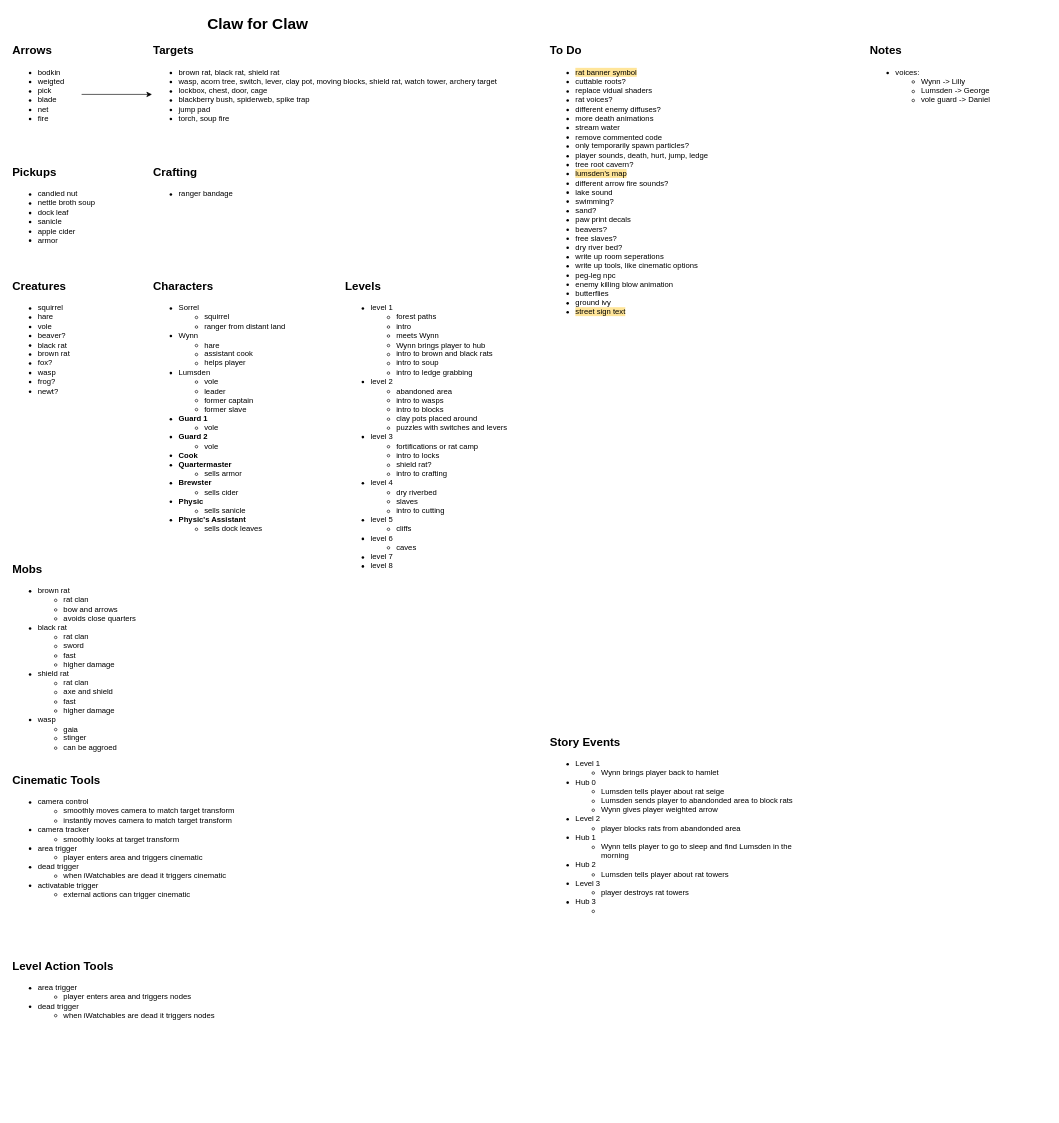
Above: Planning/design-doc.drawio in camerondedore/Godot-Project-3 (draw.io), before the change. Source tidied: cells renumbered, new cells numbered last; positions are measured from the earlier drawing's top-left corner, leaving out a move shared by most shapes. Both pictures are drawn from the tidied source at 64%, with x=0, y=0 at pixel (11, 11).
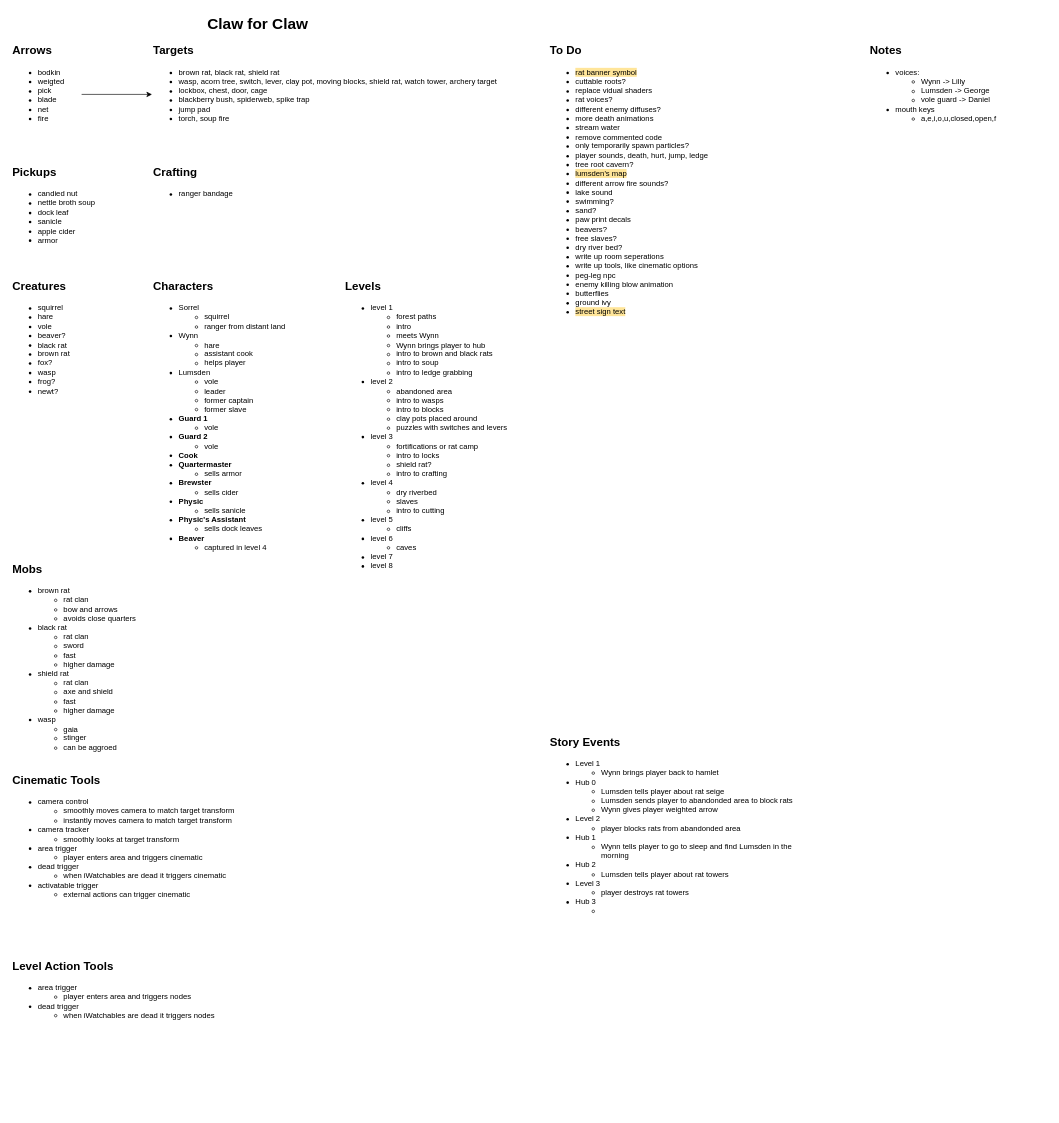
The same page after the edit.

Commit message (it also covers changes not shown here):
working on beaver

What changed in the source:
```diff
@@
-    <mxCell id="15" value="&lt;ul&gt;&lt;li&gt;Sorrel&lt;/li&gt;&lt;ul&gt;&lt;li&gt;squirrel&lt;/li&gt;&lt;li&gt;ranger from distant land&lt;/li&gt;&lt;/ul&gt;&lt;li&gt;Wynn&lt;/li&gt;&lt;ul&gt;&lt;li&gt;hare&lt;/li&gt;&lt;li&gt;assistant cook&lt;/li&gt;&lt;li&gt;helps player&lt;/li&gt;&lt;/ul&gt;&lt;li&gt;Lumsden&lt;/li&gt;&lt;ul&gt;&lt;li&gt;vole&lt;/li&gt;&lt;li&gt;leader&lt;/li&gt;&lt;li&gt;former captain&lt;/li&gt;&lt;li&gt;former slave&lt;/li&gt;&lt;/ul&gt;&lt;li&gt;&lt;b&gt;Guard 1&lt;/b&gt;&lt;/li&gt;&lt;ul&gt;&lt;li&gt;vole&lt;/li&gt;&lt;/ul&gt;&lt;li&gt;&lt;b&gt;Guard 2&lt;/b&gt;&lt;/li&gt;&lt;ul&gt;&lt;li&gt;vole&lt;/li&gt;&lt;/ul&gt;&lt;li&gt;&lt;b&gt;Cook&lt;/b&gt;&lt;/li&gt;&lt;li&gt;&lt;b&gt;Quartermaster&lt;/b&gt;&lt;/li&gt;&lt;ul&gt;&lt;li&gt;sells armor&lt;/li&gt;&lt;/ul&gt;&lt;li&gt;&lt;b&gt;Brewster&lt;/b&gt;&lt;/li&gt;&lt;ul&gt;&lt;li&gt;sells cider&lt;/li&gt;&lt;/ul&gt;&lt;li&gt;&lt;b&gt;Physic&lt;/b&gt;&lt;/li&gt;&lt;ul&gt;&lt;li&gt;sells sanicle&lt;/li&gt;&lt;/ul&gt;&lt;li&gt;&lt;b&gt;Physic's Assistant&lt;/b&gt;&lt;/li&gt;&lt;ul&gt;&lt;li&gt;sells dock leaves&lt;/li&gt;&lt;/ul&gt;&lt;/ul&gt;" style="text;html=1;align=left;verticalAlign=top;whiteSpace=wrap;rounded=0;" parent="1" vertex="1">
+    <mxCell id="15" value="&lt;ul&gt;&lt;li&gt;Sorrel&lt;/li&gt;&lt;ul&gt;&lt;li&gt;squirrel&lt;/li&gt;&lt;li&gt;ranger from distant land&lt;/li&gt;&lt;/ul&gt;&lt;li&gt;Wynn&lt;/li&gt;&lt;ul&gt;&lt;li&gt;hare&lt;/li&gt;&lt;li&gt;assistant cook&lt;/li&gt;&lt;li&gt;helps player&lt;/li&gt;&lt;/ul&gt;&lt;li&gt;Lumsden&lt;/li&gt;&lt;ul&gt;&lt;li&gt;vole&lt;/li&gt;&lt;li&gt;leader&lt;/li&gt;&lt;li&gt;former captain&lt;/li&gt;&lt;li&gt;former slave&lt;/li&gt;&lt;/ul&gt;&lt;li&gt;&lt;b&gt;Guard 1&lt;/b&gt;&lt;/li&gt;&lt;ul&gt;&lt;li&gt;vole&lt;/li&gt;&lt;/ul&gt;&lt;li&gt;&lt;b&gt;Guard 2&lt;/b&gt;&lt;/li&gt;&lt;ul&gt;&lt;li&gt;vole&lt;/li&gt;&lt;/ul&gt;&lt;li&gt;&lt;b&gt;Cook&lt;/b&gt;&lt;/li&gt;&lt;li&gt;&lt;b&gt;Quartermaster&lt;/b&gt;&lt;/li&gt;&lt;ul&gt;&lt;li&gt;sells armor&lt;/li&gt;&lt;/ul&gt;&lt;li&gt;&lt;b&gt;Brewster&lt;/b&gt;&lt;/li&gt;&lt;ul&gt;&lt;li&gt;sells cider&lt;/li&gt;&lt;/ul&gt;&lt;li&gt;&lt;b&gt;Physic&lt;/b&gt;&lt;/li&gt;&lt;ul&gt;&lt;li&gt;sells sanicle&lt;/li&gt;&lt;/ul&gt;&lt;li&gt;&lt;b&gt;Physic's Assistant&lt;/b&gt;&lt;/li&gt;&lt;ul&gt;&lt;li&gt;sells dock leaves&lt;/li&gt;&lt;/ul&gt;&lt;li&gt;&lt;b&gt;Beaver&lt;/b&gt;&lt;/li&gt;&lt;ul&gt;&lt;li&gt;captured in level 4&lt;/li&gt;&lt;/ul&gt;&lt;/ul&gt;" style="text;html=1;align=left;verticalAlign=top;whiteSpace=wrap;rounded=0;" parent="1" vertex="1">
       <mxGeometry x="220" y="438" width="240" height="402" as="geometry" />
     </mxCell>
@@
-    <mxCell id="26" value="&lt;ul&gt;&lt;li&gt;voices:&lt;/li&gt;&lt;ul&gt;&lt;li&gt;Wynn -&amp;gt; Lilly&lt;/li&gt;&lt;li&gt;Lumsden -&amp;gt; George&lt;/li&gt;&lt;li&gt;vole guard -&amp;gt; Daniel&lt;/li&gt;&lt;/ul&gt;&lt;/ul&gt;" style="text;html=1;align=left;verticalAlign=top;whiteSpace=wrap;rounded=0;" parent="1" vertex="1">
-      <mxGeometry x="1340" y="70" width="280" height="440" as="geometry" />
+    <mxCell id="26" value="&lt;ul&gt;&lt;li&gt;voices:&lt;/li&gt;&lt;ul&gt;&lt;li&gt;Wynn -&amp;gt; Lilly&lt;/li&gt;&lt;li&gt;Lumsden -&amp;gt; George&lt;/li&gt;&lt;li&gt;vole guard -&amp;gt; Daniel&lt;/li&gt;&lt;/ul&gt;&lt;li&gt;mouth keys&lt;/li&gt;&lt;ul&gt;&lt;li&gt;a,e,i,o,u,closed,open,f&lt;/li&gt;&lt;/ul&gt;&lt;/ul&gt;" style="text;html=1;align=left;verticalAlign=top;whiteSpace=wrap;rounded=0;" parent="1" vertex="1">
+      <mxGeometry x="1340" y="70" width="280" height="360" as="geometry" />
     </mxCell>
```
